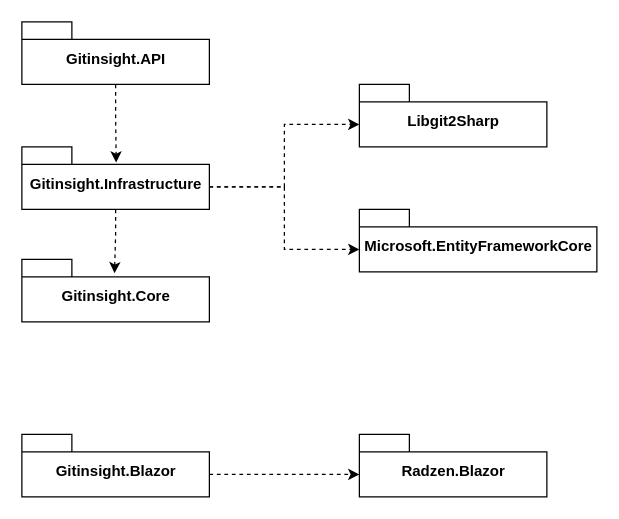
Above: docs/week 5/component.drawio in whistle-dev/bdsaproject (draw.io), before the change. Source tidied: cells renumbered, new cells numbered last; positions are measured from the earlier drawing's top-left corner, leaving out a move shared by most shapes. Both pictures are drawn from the tidied source at 125%, with x=0, y=0 at pixel (21, 21).
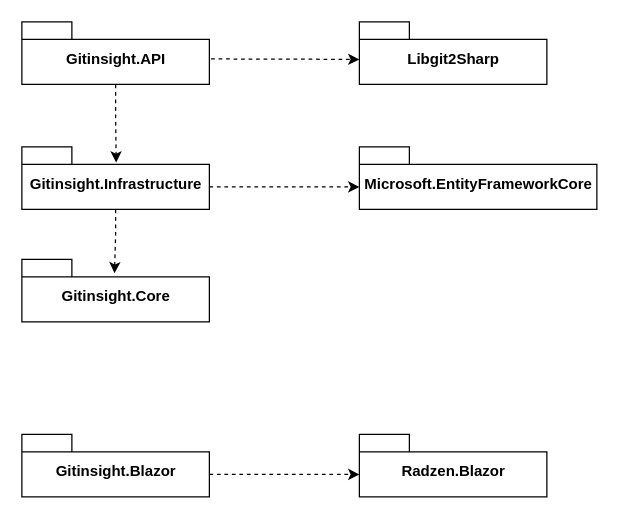
The same diagram, later.

Commit message (it also covers changes not shown here):
add/make component diagram

The edit, as a diff of the source:
```diff
@@
 <mxGraphModel>
   <root>
     <mxCell id="0" />
     <mxCell id="1" parent="0" />
     <mxCell id="2" style="edgeStyle=orthogonalEdgeStyle;rounded=0;jettySize=auto;html=1;exitX=0.5;exitY=1;exitDx=0;exitDy=0;exitPerimeter=0;entryX=0.503;entryY=0.25;entryDx=0;entryDy=0;entryPerimeter=0;dashed=1;" parent="1" edge="1" source="3" target="7">
       <mxGeometry relative="1" as="geometry" />
     </mxCell>
     <mxCell id="3" value="Gitinsight.API" style="shape=folder;fontStyle=1;spacingTop=10;tabWidth=40;tabHeight=14;tabPosition=left;html=1;" parent="1" vertex="1">
       <mxGeometry width="150" height="50" as="geometry" />
     </mxCell>
-    <mxCell id="4" style="edgeStyle=orthogonalEdgeStyle;rounded=0;jettySize=auto;html=1;exitX=0;exitY=0;exitDx=150;exitDy=32;exitPerimeter=0;entryX=0;entryY=0;entryDx=0;entryDy=32;entryPerimeter=0;dashed=1;" parent="1" edge="1" source="7" target="9">
-      <mxGeometry relative="1" as="geometry" />
-    </mxCell>
     <mxCell id="5" style="edgeStyle=orthogonalEdgeStyle;rounded=0;jettySize=auto;html=1;exitX=0;exitY=0;exitDx=150;exitDy=32;exitPerimeter=0;entryX=0;entryY=0;entryDx=0;entryDy=32;entryPerimeter=0;dashed=1;" parent="1" edge="1" source="7" target="10">
       <mxGeometry relative="1" as="geometry" />
     </mxCell>
     <mxCell id="6" style="edgeStyle=orthogonalEdgeStyle;rounded=0;jettySize=auto;html=1;exitX=0.5;exitY=1;exitDx=0;exitDy=0;exitPerimeter=0;dashed=1;entryX=0.494;entryY=0.222;entryDx=0;entryDy=0;entryPerimeter=0;" parent="1" edge="1" source="7" target="8">
       <mxGeometry relative="1" as="geometry" />
     </mxCell>
     <mxCell id="7" value="Gitinsight.Infrastructure" style="shape=folder;fontStyle=1;spacingTop=10;tabWidth=40;tabHeight=14;tabPosition=left;html=1;" parent="1" vertex="1">
       <mxGeometry y="100" width="150" height="50" as="geometry" />
     </mxCell>
     <mxCell id="8" value="Gitinsight.Core" style="shape=folder;fontStyle=1;spacingTop=10;tabWidth=40;tabHeight=14;tabPosition=left;html=1;" parent="1" vertex="1">
       <mxGeometry y="190" width="150" height="50" as="geometry" />
     </mxCell>
     <mxCell id="9" value="Libgit2Sharp" style="shape=folder;fontStyle=1;spacingTop=10;tabWidth=40;tabHeight=14;tabPosition=left;html=1;" parent="1" vertex="1">
-      <mxGeometry x="270" y="50" width="150" height="50" as="geometry" />
+      <mxGeometry x="270" width="150" height="50" as="geometry" />
     </mxCell>
     <mxCell id="10" value="Microsoft.EntityFrameworkCore" style="shape=folder;fontStyle=1;spacingTop=10;tabWidth=40;tabHeight=14;tabPosition=left;html=1;" parent="1" vertex="1">
-      <mxGeometry x="270" y="150" width="190" height="50" as="geometry" />
+      <mxGeometry x="270" y="100" width="190" height="50" as="geometry" />
     </mxCell>
     <mxCell id="11" style="edgeStyle=orthogonalEdgeStyle;rounded=0;jettySize=auto;html=1;exitX=0;exitY=0;exitDx=150;exitDy=32;exitPerimeter=0;entryX=0;entryY=0;entryDx=0;entryDy=32;entryPerimeter=0;dashed=1;" parent="1" edge="1" source="12" target="13">
       <mxGeometry relative="1" as="geometry" />
     </mxCell>
     <mxCell id="12" value="Gitinsight.Blazor" style="shape=folder;fontStyle=1;spacingTop=10;tabWidth=40;tabHeight=14;tabPosition=left;html=1;" parent="1" vertex="1">
       <mxGeometry y="330" width="150" height="50" as="geometry" />
     </mxCell>
     <mxCell id="13" value="Radzen.Blazor" style="shape=folder;fontStyle=1;spacingTop=10;tabWidth=40;tabHeight=14;tabPosition=left;html=1;" parent="1" vertex="1">
       <mxGeometry x="270" y="330" width="150" height="50" as="geometry" />
     </mxCell>
+    <mxCell id="14" style="endArrow=classic;html=1;rounded=0;dashed=1;exitX=1.009;exitY=0.593;exitDx=0;exitDy=0;exitPerimeter=0;entryX=0;entryY=0.6;entryDx=0;entryDy=0;entryPerimeter=0;" parent="1" edge="1" source="3" target="9">
+      <mxGeometry relative="1" as="geometry" />
+    </mxCell>
   </root>
 </mxGraphModel>
```
